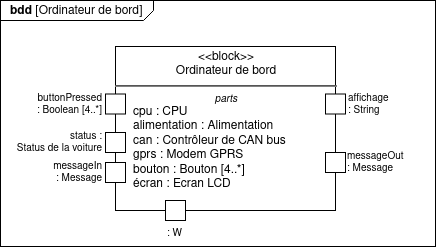
Before: diagrammes/bdd_ordi_de_bord.png, a diagram exported from draw.io (Dalker/ISI-mobility). Source tidied: cells renumbered, new cells last; positions are measured from the earlier drawing's top-left corner, leaving out a move shared by most shapes.
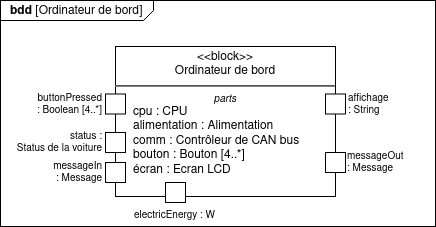
The same file after the commit.

Diff of the diagram source:
```diff
@@ -3,10 +3,10 @@
     <mxCell id="0" />
     <mxCell id="1" parent="0" />
     <mxCell id="2" value="&lt;p style=&quot;margin: 0px ; margin-top: 4px ; margin-left: 10px ; text-align: left&quot;&gt;&lt;b&gt;bdd&lt;/b&gt; [Ordinateur de bord]&lt;br&gt;&lt;/p&gt;" style="html=1;strokeWidth=1;shape=mxgraph.sysml.package;labelX=153;align=left;spacingLeft=10;overflow=fill;" parent="1" vertex="1">
-      <mxGeometry width="435" height="246" as="geometry" />
+      <mxGeometry width="435" height="226" as="geometry" />
     </mxCell>
-    <mxCell id="3" value="&lt;p style=&quot;margin: 0px ; margin-top: 4px ; text-align: center&quot;&gt;&amp;lt;&amp;lt;block&amp;gt;&amp;gt;&lt;br&gt;Ordinateur de bord&lt;/p&gt;&lt;hr&gt;&lt;p style=&quot;font-size: 10px ; margin: 0px ; text-align: center&quot;&gt;&lt;i&gt;parts&lt;/i&gt;&lt;/p&gt;&lt;p style=&quot;margin: 0px ; margin-left: 8px ; text-align: left&quot;&gt;&amp;nbsp;&amp;nbsp; cpu : CPU&lt;/p&gt;&lt;p style=&quot;margin: 0px ; margin-left: 8px ; text-align: left&quot;&gt;&amp;nbsp;&amp;nbsp; alimentation : Alimentation&lt;/p&gt;&lt;p style=&quot;margin: 0px ; margin-left: 8px ; text-align: left&quot;&gt;&amp;nbsp;&amp;nbsp; can : Contrôleur de CAN bus&lt;/p&gt;&lt;p style=&quot;margin: 0px ; margin-left: 8px ; text-align: left&quot;&gt;&amp;nbsp;&amp;nbsp; gprs : Modem GPRS&lt;br&gt;&lt;/p&gt;&lt;p style=&quot;margin: 0px ; margin-left: 8px ; text-align: left&quot;&gt;&amp;nbsp;&amp;nbsp; bouton : Bouton [4..*]&lt;br&gt;&lt;/p&gt;&lt;p style=&quot;margin: 0px ; margin-left: 8px ; text-align: left&quot;&gt;&amp;nbsp;&amp;nbsp; écran : Ecran LCD&lt;br&gt;&lt;/p&gt;" style="shape=rect;html=1;overflow=fill;verticalAlign=top;align=left;whiteSpace=wrap;" parent="2" vertex="1">
-      <mxGeometry x="115" y="46" width="220" height="164" as="geometry" />
+    <mxCell id="3" value="&lt;p style=&quot;margin: 0px ; margin-top: 4px ; text-align: center&quot;&gt;&amp;lt;&amp;lt;block&amp;gt;&amp;gt;&lt;br&gt;Ordinateur de bord&lt;/p&gt;&lt;hr&gt;&lt;p style=&quot;font-size: 10px ; margin: 0px ; text-align: center&quot;&gt;&lt;i&gt;parts&lt;/i&gt;&lt;/p&gt;&lt;p style=&quot;margin: 0px ; margin-left: 8px ; text-align: left&quot;&gt;&amp;nbsp;&amp;nbsp; cpu : CPU&lt;/p&gt;&lt;p style=&quot;margin: 0px ; margin-left: 8px ; text-align: left&quot;&gt;&amp;nbsp;&amp;nbsp; alimentation : Alimentation&lt;/p&gt;&lt;p style=&quot;margin: 0px ; margin-left: 8px ; text-align: left&quot;&gt;&amp;nbsp;&amp;nbsp; comm : Contrôleur de CAN bus&lt;/p&gt;&lt;p style=&quot;margin: 0px ; margin-left: 8px ; text-align: left&quot;&gt;&amp;nbsp;&amp;nbsp; bouton : Bouton [4..*]&lt;br&gt;&lt;/p&gt;&lt;p style=&quot;margin: 0px ; margin-left: 8px ; text-align: left&quot;&gt;&amp;nbsp;&amp;nbsp; écran : Ecran LCD&lt;br&gt;&lt;/p&gt;" style="shape=rect;html=1;overflow=fill;verticalAlign=top;align=left;whiteSpace=wrap;" parent="2" vertex="1">
+      <mxGeometry x="115" y="46" width="220" height="150" as="geometry" />
     </mxCell>
     <mxCell id="4" value="&lt;div&gt;status :&lt;/div&gt;&lt;div&gt;Status de la voiture&lt;br&gt;&lt;/div&gt;" style="strokeColor=inherit;fillColor=inherit;gradientColor=inherit;shape=rect;html=1;align=right;verticalAlign=middle;labelPosition=left;verticalLabelPosition=middle;labelBackgroundColor=none;fontSize=10;paart=1;spacingLeft=0;spacingRight=2;" parent="2" vertex="1">
       <mxGeometry x="105" y="132" width="20" height="20" as="geometry" />
@@ -23,8 +23,8 @@
     <mxCell id="8" value="&lt;div&gt;buttonPressed&lt;/div&gt;&lt;div&gt;: Boolean [4..*]&lt;br&gt;&lt;/div&gt;" style="strokeColor=inherit;fillColor=inherit;gradientColor=inherit;shape=rect;html=1;align=right;verticalAlign=middle;labelPosition=left;verticalLabelPosition=middle;labelBackgroundColor=none;fontSize=10;paart=1;spacingLeft=1;spacingRight=2;" parent="2" vertex="1">
       <mxGeometry x="105" y="93.5" width="20" height="20" as="geometry" />
     </mxCell>
-    <mxCell id="9" value=": W" style="strokeColor=inherit;fillColor=inherit;gradientColor=inherit;shape=rect;html=1;align=center;verticalAlign=top;labelPosition=center;verticalLabelPosition=bottom;labelBackgroundColor=none;fontSize=10;paart=1;spacingLeft=0;spacingRight=2;" parent="2" vertex="1">
-      <mxGeometry x="165" y="200" width="20" height="20" as="geometry" />
+    <mxCell id="9" value="electricEnergy : W" style="strokeColor=inherit;fillColor=inherit;gradientColor=inherit;shape=rect;html=1;align=center;verticalAlign=top;labelPosition=center;verticalLabelPosition=bottom;labelBackgroundColor=none;fontSize=10;paart=1;spacingLeft=0;spacingRight=2;" parent="2" vertex="1">
+      <mxGeometry x="165" y="182" width="20" height="20" as="geometry" />
     </mxCell>
   </root>
 </mxGraphModel>
```
